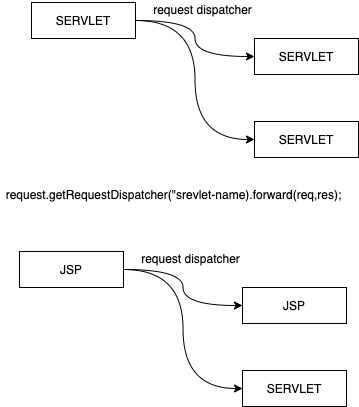
Before: images/day15.drawio.png, a diagram exported from draw.io (adithnaveen/sapient-freshers-aem-oct-2021). Source tidied: cells renumbered, new cells last; positions are measured from the earlier drawing's top-left corner, leaving out a move shared by most shapes.
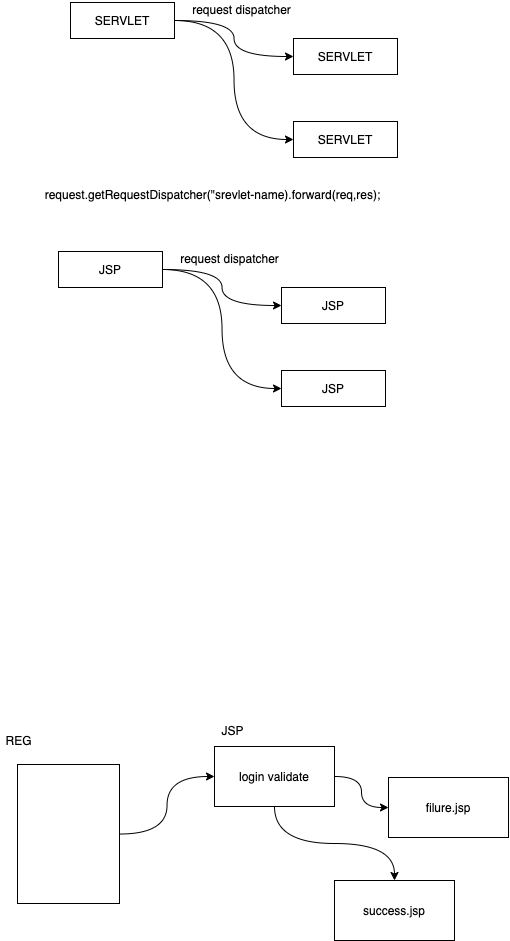
The same file after the commit.

What changed in the source:
```diff
@@ -35,11 +35,38 @@
     <mxCell id="12" value="JSP" style="rounded=0;whiteSpace=wrap;html=1;" parent="1" vertex="1">
       <mxGeometry x="242" y="287" width="104" height="36" as="geometry" />
     </mxCell>
-    <mxCell id="13" value="SERVLET" style="rounded=0;whiteSpace=wrap;html=1;" parent="1" vertex="1">
+    <mxCell id="13" value="JSP" style="rounded=0;whiteSpace=wrap;html=1;" parent="1" vertex="1">
       <mxGeometry x="242" y="370" width="104" height="36" as="geometry" />
     </mxCell>
     <mxCell id="14" value="request dispatcher" style="text;html=1;align=center;verticalAlign=middle;strokeColor=none;" parent="1" vertex="1">
       <mxGeometry x="135" y="249" width="109" height="18" as="geometry" />
     </mxCell>
+    <mxCell id="15" style="edgeStyle=orthogonalEdgeStyle;curved=1;rounded=0;jettySize=auto;html=1;" parent="1" edge="1" source="16" target="20">
+      <mxGeometry relative="1" as="geometry" />
+    </mxCell>
+    <mxCell id="16" style="rounded=0;whiteSpace=wrap;html=1;" parent="1" vertex="1">
+      <mxGeometry x="-22" y="764" width="102" height="139" as="geometry" />
+    </mxCell>
+    <mxCell id="17" value="REG" style="text;html=1;align=center;verticalAlign=middle;strokeColor=none;" parent="1" vertex="1">
+      <mxGeometry x="-39" y="731" width="36" height="18" as="geometry" />
+    </mxCell>
+    <mxCell id="18" style="edgeStyle=orthogonalEdgeStyle;curved=1;rounded=0;jettySize=auto;html=1;" parent="1" edge="1" source="20" target="22">
+      <mxGeometry relative="1" as="geometry" />
+    </mxCell>
+    <mxCell id="19" style="edgeStyle=orthogonalEdgeStyle;curved=1;rounded=0;jettySize=auto;html=1;" parent="1" edge="1" source="20" target="23">
+      <mxGeometry relative="1" as="geometry" />
+    </mxCell>
+    <mxCell id="20" value="login validate" style="rounded=0;whiteSpace=wrap;html=1;" parent="1" vertex="1">
+      <mxGeometry x="175" y="746" width="120" height="60" as="geometry" />
+    </mxCell>
+    <mxCell id="21" value="JSP" style="text;html=1;align=center;verticalAlign=middle;strokeColor=none;" parent="1" vertex="1">
+      <mxGeometry x="177" y="721" width="32" height="18" as="geometry" />
+    </mxCell>
+    <mxCell id="22" value="success.jsp" style="rounded=0;whiteSpace=wrap;html=1;" parent="1" vertex="1">
+      <mxGeometry x="295" y="880" width="120" height="60" as="geometry" />
+    </mxCell>
+    <mxCell id="23" value="filure.jsp" style="rounded=0;whiteSpace=wrap;html=1;" parent="1" vertex="1">
+      <mxGeometry x="349" y="777" width="120" height="60" as="geometry" />
+    </mxCell>
   </root>
 </mxGraphModel>
```
